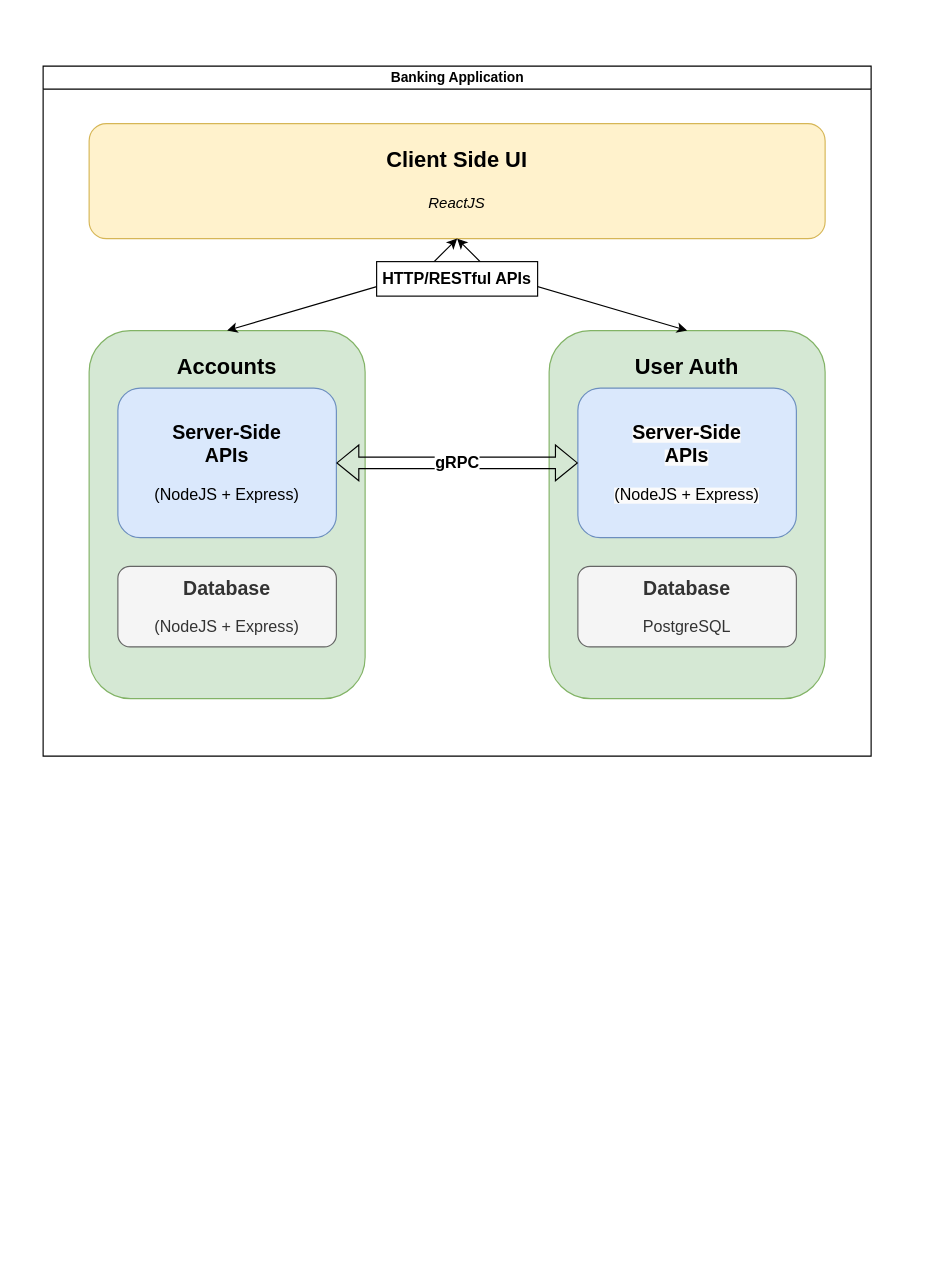
Earlier version of the draw.io diagram BankingApp_Architecture.drawio (doo1y/banking-app). Source tidied: cells renumbered, new cells numbered last; positions are measured from the earlier drawing's top-left corner, leaving out a move shared by most shapes. Both pictures are drawn from the tidied source at 115%, with x=0, y=0 at pixel (43, 66).
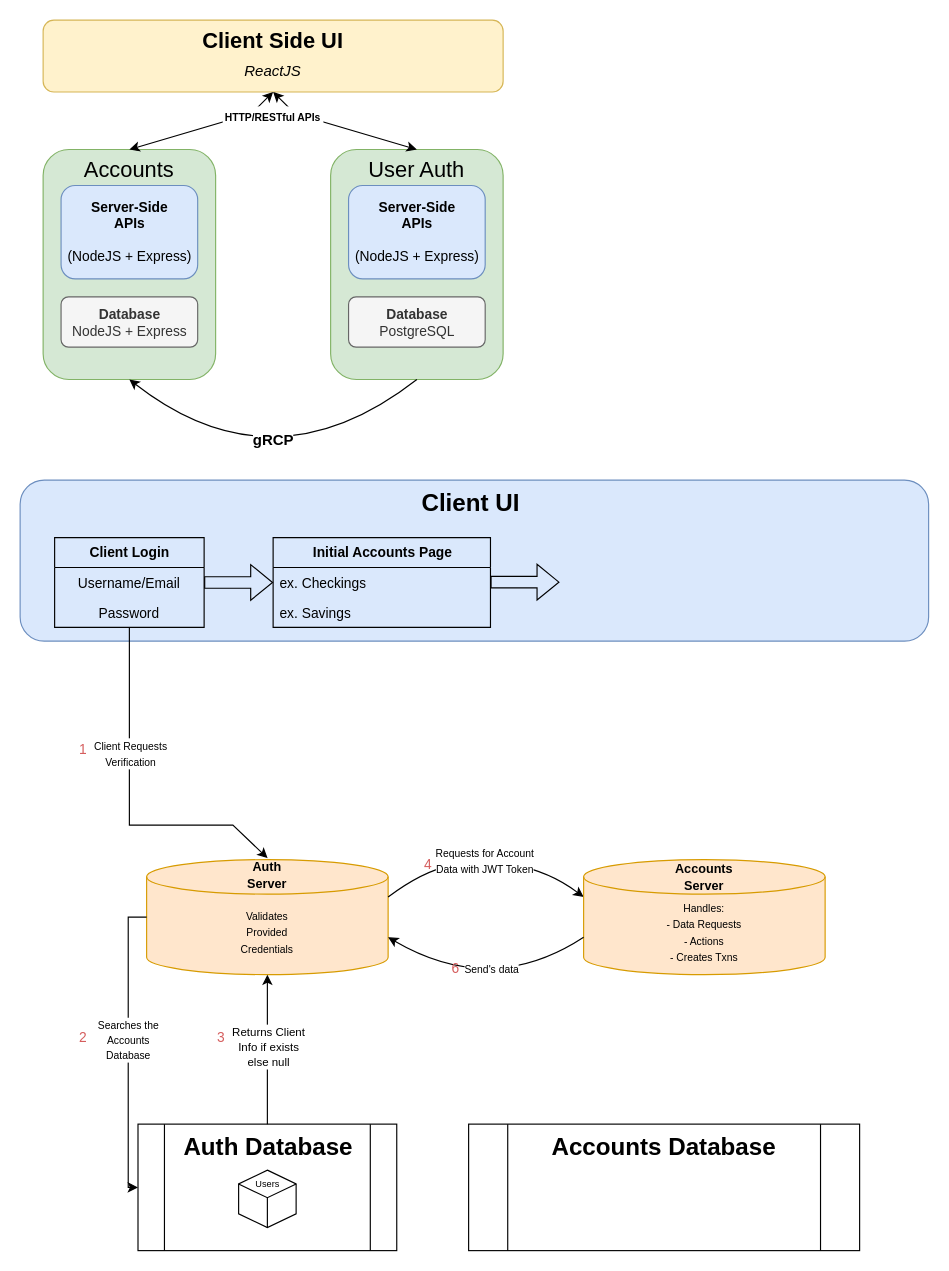
The same diagram, later.

Diff of the diagram source:
```diff
@@
-    <mxCell id="2" value="Banking Application" style="swimlane;html=1;startSize=20;horizontal=1;containerType=tree;glass=0;strokeWidth=1;verticalAlign=middle;" parent="1" vertex="1">
-      <mxGeometry width="720" height="600" as="geometry" />
-    </mxCell>
+    <mxCell id="14" style="group;strokeWidth=0;fontColor=default;labelBackgroundColor=none;" parent="1" vertex="1">
+      <mxGeometry y="-40" width="400" height="312.5" as="geometry" />
+    </mxCell>
-    <mxCell id="3" value="&lt;p style=&quot;line-height: 100%;&quot;&gt;&lt;b style=&quot;&quot;&gt;&lt;font style=&quot;font-size: 19px;&quot;&gt;Client Side UI&lt;/font&gt;&lt;br&gt;&lt;/b&gt;&lt;font style=&quot;font-size: 13px;&quot;&gt;&lt;i&gt;&lt;br&gt;&lt;/i&gt;&lt;/font&gt;&lt;/p&gt;&lt;p style=&quot;line-height: 100%;&quot;&gt;&lt;font style=&quot;font-size: 13px;&quot;&gt;&lt;i&gt;ReactJS&lt;/i&gt;&lt;/font&gt;&lt;/p&gt;" style="rounded=1;whiteSpace=wrap;html=1;fillColor=#fff2cc;strokeColor=#d6b656;" parent="2" vertex="1">
-      <mxGeometry x="40" y="50" width="640" height="100" as="geometry" />
+    <mxCell id="3" value="&lt;p style=&quot;line-height: 100%;&quot;&gt;&lt;b style=&quot;&quot;&gt;&lt;font style=&quot;font-size: 19px;&quot;&gt;Client Side UI&lt;/font&gt;&lt;/b&gt;&lt;font style=&quot;font-size: 13px;&quot;&gt;&lt;i&gt;&lt;br&gt;&lt;/i&gt;&lt;/font&gt;&lt;/p&gt;&lt;p style=&quot;line-height: 100%;&quot;&gt;&lt;font style=&quot;font-size: 13px;&quot;&gt;&lt;i&gt;ReactJS&lt;/i&gt;&lt;/font&gt;&lt;/p&gt;" style="rounded=1;whiteSpace=wrap;html=1;fillColor=#fff2cc;strokeColor=#d6b656;" parent="14" vertex="1">
+      <mxGeometry width="400" height="62.5" as="geometry" />
     </mxCell>
-    <mxCell id="4" value="&lt;font style=&quot;&quot;&gt;&lt;b style=&quot;&quot;&gt;&lt;br&gt;&lt;font style=&quot;font-size: 19px;&quot;&gt;Accounts&lt;/font&gt;&lt;/b&gt;&lt;/font&gt;" style="rounded=1;whiteSpace=wrap;html=1;fillColor=#d5e8d4;strokeColor=#82b366;verticalAlign=top;labelPosition=center;verticalLabelPosition=middle;align=center;" parent="2" vertex="1">
-      <mxGeometry x="40" y="230" width="240" height="320" as="geometry" />
+    <mxCell id="4" value="&lt;font style=&quot;&quot;&gt;&lt;font style=&quot;font-size: 19px;&quot;&gt;Accounts&lt;/font&gt;&lt;/font&gt;" style="rounded=1;whiteSpace=wrap;html=1;fillColor=#d5e8d4;strokeColor=#82b366;verticalAlign=top;labelPosition=center;verticalLabelPosition=middle;align=center;" parent="14" vertex="1">
+      <mxGeometry y="112.5" width="150" height="200" as="geometry" />
     </mxCell>
-    <mxCell id="5" value="&lt;font style=&quot;&quot;&gt;&lt;b style=&quot;&quot;&gt;&lt;br&gt;&lt;font style=&quot;font-size: 19px;&quot;&gt;User Auth&lt;/font&gt;&lt;/b&gt;&lt;/font&gt;" style="rounded=1;whiteSpace=wrap;html=1;fillColor=#d5e8d4;strokeColor=#82b366;verticalAlign=top;" parent="2" vertex="1">
-      <mxGeometry x="440" y="230" width="240" height="320" as="geometry" />
+    <mxCell id="5" value="&lt;font style=&quot;&quot;&gt;&lt;font style=&quot;font-size: 19px;&quot;&gt;User Auth&lt;/font&gt;&lt;/font&gt;" style="rounded=1;whiteSpace=wrap;html=1;fillColor=#d5e8d4;strokeColor=#82b366;verticalAlign=top;" parent="14" vertex="1">
+      <mxGeometry x="250" y="112.5" width="150" height="200" as="geometry" />
     </mxCell>
-    <mxCell id="6" value="&lt;font style=&quot;&quot;&gt;&lt;b&gt;&lt;span style=&quot;font-size: 17px;&quot;&gt;Server-Side &lt;/span&gt;&lt;br&gt;&lt;/b&gt;&lt;span style=&quot;font-size: 17px;&quot;&gt;&lt;b&gt;APIs&lt;/b&gt;&lt;br&gt;&lt;/span&gt;&lt;br&gt;&lt;font style=&quot;font-size: 14px;&quot;&gt;(NodeJS + Express)&lt;/font&gt;&lt;br&gt;&lt;/font&gt;" style="rounded=1;whiteSpace=wrap;html=1;fillColor=#dae8fc;strokeColor=#6c8ebf;" parent="2" vertex="1">
-      <mxGeometry x="65" y="280" width="190" height="130" as="geometry" />
+    <mxCell id="6" value="&lt;font style=&quot;font-size: 12px;&quot;&gt;&lt;b&gt;&lt;span style=&quot;&quot;&gt;Server-Side &lt;/span&gt;&lt;br&gt;&lt;/b&gt;&lt;span style=&quot;&quot;&gt;&lt;b&gt;APIs&lt;/b&gt;&lt;br&gt;&lt;/span&gt;&lt;br&gt;&lt;font style=&quot;font-size: 12px;&quot;&gt;(NodeJS + Express)&lt;/font&gt;&lt;br&gt;&lt;/font&gt;" style="rounded=1;whiteSpace=wrap;html=1;fillColor=#dae8fc;strokeColor=#6c8ebf;" parent="14" vertex="1">
+      <mxGeometry x="15.6" y="143.8" width="118.8" height="81.2" as="geometry" />
     </mxCell>
-    <mxCell id="7" value="&lt;span style=&quot;color: rgb(0, 0, 0); font-family: Helvetica; font-style: normal; font-variant-ligatures: normal; font-variant-caps: normal; letter-spacing: normal; orphans: 2; text-align: center; text-indent: 0px; text-transform: none; widows: 2; word-spacing: 0px; -webkit-text-stroke-width: 0px; background-color: rgb(251, 251, 251); text-decoration-thickness: initial; text-decoration-style: initial; text-decoration-color: initial; float: none; display: inline !important;&quot;&gt;&lt;font style=&quot;&quot;&gt;&lt;b&gt;&lt;span style=&quot;font-size: 17px;&quot;&gt;Server-Side &lt;/span&gt;&lt;br&gt;&lt;/b&gt;&lt;span style=&quot;font-size: 17px;&quot;&gt;&lt;b&gt;APIs&lt;/b&gt;&lt;br&gt;&lt;/span&gt;&lt;br&gt;&lt;font style=&quot;font-weight: 400; font-size: 14px;&quot;&gt;(NodeJS + Express)&lt;/font&gt;&lt;br&gt;&lt;/font&gt;&lt;/span&gt;" style="rounded=1;whiteSpace=wrap;html=1;fillColor=#dae8fc;strokeColor=#6c8ebf;" parent="2" vertex="1">
-      <mxGeometry x="465" y="280" width="190" height="130" as="geometry" />
+    <mxCell id="7" value="&lt;span style=&quot;color: rgb(0, 0, 0); font-family: Helvetica; font-style: normal; font-variant-ligatures: normal; font-variant-caps: normal; letter-spacing: normal; orphans: 2; text-align: center; text-indent: 0px; text-transform: none; widows: 2; word-spacing: 0px; -webkit-text-stroke-width: 0px; text-decoration-thickness: initial; text-decoration-style: initial; text-decoration-color: initial; float: none; display: inline !important;&quot;&gt;&lt;font style=&quot;font-size: 12px;&quot;&gt;&lt;b&gt;&lt;span style=&quot;&quot;&gt;Server-Side &lt;/span&gt;&lt;br&gt;&lt;/b&gt;&lt;span style=&quot;&quot;&gt;&lt;b&gt;APIs&lt;br&gt;&lt;/b&gt;&lt;/span&gt;&lt;br&gt;&lt;font style=&quot;font-weight: 400; font-size: 12px;&quot;&gt;(NodeJS + Express)&lt;/font&gt;&lt;br&gt;&lt;/font&gt;&lt;/span&gt;" style="rounded=1;whiteSpace=wrap;html=1;fillColor=#dae8fc;strokeColor=#6c8ebf;labelBackgroundColor=none;" parent="14" vertex="1">
+      <mxGeometry x="265.6" y="143.8" width="118.8" height="81.2" as="geometry" />
     </mxCell>
-    <mxCell id="8" value="&lt;font style=&quot;&quot;&gt;&lt;span style=&quot;font-size: 17px;&quot;&gt;&lt;b&gt;Database&lt;/b&gt;&lt;br&gt;&lt;/span&gt;&lt;br&gt;&lt;font style=&quot;font-size: 14px;&quot;&gt;(NodeJS + Express)&lt;/font&gt;&lt;br&gt;&lt;/font&gt;" style="rounded=1;whiteSpace=wrap;html=1;fillColor=#f5f5f5;fontColor=#333333;strokeColor=#666666;" parent="2" vertex="1">
-      <mxGeometry x="65" y="435" width="190" height="70" as="geometry" />
+    <mxCell id="8" value="&lt;font style=&quot;font-size: 12px;&quot;&gt;&lt;span style=&quot;&quot;&gt;&lt;b&gt;Database&lt;/b&gt;&lt;/span&gt;&lt;br&gt;&lt;font style=&quot;font-size: 12px;&quot;&gt;NodeJS + Express&lt;/font&gt;&lt;br&gt;&lt;/font&gt;" style="rounded=1;whiteSpace=wrap;html=1;fillColor=#f5f5f5;fontColor=#333333;strokeColor=#666666;" parent="14" vertex="1">
+      <mxGeometry x="15.6" y="240.6" width="118.8" height="43.8" as="geometry" />
     </mxCell>
-    <mxCell id="9" value="&lt;font style=&quot;&quot;&gt;&lt;span style=&quot;font-size: 17px;&quot;&gt;&lt;b&gt;Database&lt;/b&gt;&lt;br&gt;&lt;/span&gt;&lt;br&gt;&lt;font style=&quot;font-size: 14px;&quot;&gt;PostgreSQL&lt;/font&gt;&lt;br&gt;&lt;/font&gt;" style="rounded=1;whiteSpace=wrap;html=1;fillColor=#f5f5f5;fontColor=#333333;strokeColor=#666666;" parent="2" vertex="1">
-      <mxGeometry x="465" y="435" width="190" height="70" as="geometry" />
+    <mxCell id="9" value="&lt;font style=&quot;font-size: 12px;&quot;&gt;&lt;span style=&quot;&quot;&gt;&lt;b&gt;Database&lt;/b&gt;&lt;/span&gt;&lt;br&gt;&lt;font style=&quot;font-size: 12px;&quot;&gt;PostgreSQL&lt;/font&gt;&lt;br&gt;&lt;/font&gt;" style="rounded=1;whiteSpace=wrap;html=1;fillColor=#f5f5f5;fontColor=#333333;strokeColor=#666666;" parent="14" vertex="1">
+      <mxGeometry x="265.6" y="240.6" width="118.8" height="43.8" as="geometry" />
     </mxCell>
-    <mxCell id="10" value="&lt;b&gt;&lt;font style=&quot;font-size: 14px;&quot;&gt;gRPC&lt;/font&gt;&lt;/b&gt;" style="shape=flexArrow;endArrow=classic;startArrow=classic;html=1;rounded=0;entryX=0;entryY=0.5;entryDx=0;entryDy=0;" parent="2" edge="1" source="6" target="7">
-      <mxGeometry relative="1" as="geometry" />
-    </mxCell>
-    <mxCell id="11" style="endArrow=classic;startArrow=classic;html=1;rounded=0;" parent="2" edge="1">
+    <mxCell id="11" style="endArrow=classic;startArrow=classic;html=1;rounded=0;" parent="14" edge="1">
       <mxGeometry relative="1" as="geometry">
-        <mxPoint x="160" y="230" as="sourcePoint" />
-        <mxPoint x="360" y="150" as="targetPoint" />
+        <mxPoint x="75" y="112.5" as="sourcePoint" />
+        <mxPoint x="200" y="62.5" as="targetPoint" />
         <Array as="points">
-          <mxPoint x="330" y="180" />
+          <mxPoint x="181.2" y="81.2" />
         </Array>
       </mxGeometry>
     </mxCell>
-    <mxCell id="12" style="endArrow=classic;startArrow=classic;html=1;rounded=0;exitX=0.5;exitY=1;exitDx=0;exitDy=0;entryX=0.5;entryY=0;entryDx=0;entryDy=0;" parent="2" edge="1" source="3" target="5">
+    <mxCell id="12" style="endArrow=classic;startArrow=classic;html=1;rounded=0;exitX=0.5;exitY=1;exitDx=0;exitDy=0;entryX=0.5;entryY=0;entryDx=0;entryDy=0;" parent="14" edge="1" source="3" target="5">
       <mxGeometry relative="1" as="geometry">
         <Array as="points">
-          <mxPoint x="390" y="180" />
+          <mxPoint x="218.8" y="81.2" />
         </Array>
       </mxGeometry>
     </mxCell>
+    <mxCell id="15" style="curved=1;endArrow=classic;html=1;rounded=0;entryX=0.5;entryY=1;entryDx=0;entryDy=0;exitX=0.5;exitY=1;exitDx=0;exitDy=0;" parent="14" edge="1" source="5" target="4">
+      <mxGeometry relative="1" as="geometry">
+        <Array as="points">
+          <mxPoint x="200" y="410" />
+        </Array>
+      </mxGeometry>
+    </mxCell>
+    <mxCell id="16" value="&lt;font size=&quot;1&quot; style=&quot;&quot;&gt;&lt;b style=&quot;font-size: 13px;&quot;&gt;gRCP&lt;/b&gt;&lt;/font&gt;" style="edgeLabel;html=1;align=center;verticalAlign=middle;" parent="15" vertex="1">
+      <mxGeometry x="0.18" y="-35" relative="1" as="geometry" />
+    </mxCell>
-    <mxCell id="13" value="&lt;b&gt;&lt;font style=&quot;font-size: 14px;&quot;&gt;HTTP/RESTful APIs&lt;/font&gt;&lt;/b&gt;" style="rounded=0;whiteSpace=wrap;html=1;" parent="2" vertex="1">
-      <mxGeometry x="290" y="170" width="140" height="30" as="geometry" />
+    <mxCell id="13" value="&lt;b&gt;&lt;font style=&quot;font-size: 9px;&quot;&gt;HTTP/RESTful APIs&lt;/font&gt;&lt;/b&gt;" style="rounded=0;whiteSpace=wrap;html=1;strokeWidth=0;fillColor=default;gradientColor=none;dashed=1;dashPattern=1 4;perimeterSpacing=13;strokeColor=none;" parent="14" vertex="1">
+      <mxGeometry x="156.2" y="75" width="87.5" height="18.8" as="geometry" />
     </mxCell>
+    <mxCell id="17" value="&lt;b&gt;&lt;font style=&quot;font-size: 21px;&quot;&gt;Client UI&amp;nbsp;&lt;/font&gt;&lt;/b&gt;" style="rounded=1;whiteSpace=wrap;html=1;fillColor=#dae8fc;strokeColor=#6c8ebf;verticalAlign=top;" parent="1" vertex="1">
+      <mxGeometry x="-20" y="360" width="790" height="140" as="geometry" />
+    </mxCell>
+    <mxCell id="18" style="group;labelBackgroundColor=none;" parent="1" vertex="1">
+      <mxGeometry x="90" y="690" width="240" height="110" as="geometry" />
+    </mxCell>
+    <mxCell id="19" value="&lt;font style=&quot;font-size: 9px;&quot;&gt;Validates&lt;br&gt;Provided&lt;br&gt;Credentials&lt;/font&gt;" style="shape=cylinder3;whiteSpace=wrap;html=1;boundedLbl=1;backgroundOutline=1;size=15;fillColor=#ffe6cc;strokeColor=#d79b00;" parent="18" vertex="1">
+      <mxGeometry width="210" height="100" as="geometry" />
+    </mxCell>
+    <mxCell id="20" value="&lt;font style=&quot;font-size: 11px;&quot;&gt;&lt;b&gt;Auth&lt;br&gt;Server&lt;/b&gt;&lt;/font&gt;" style="text;html=1;strokeColor=none;fillColor=none;align=center;verticalAlign=middle;whiteSpace=wrap;rounded=0;" parent="18" vertex="1">
+      <mxGeometry x="63" y="10" width="84" height="6.2" as="geometry" />
+    </mxCell>
+    <mxCell id="21" style="endArrow=classic;html=1;rounded=0;entryX=0.501;entryY=-0.013;entryDx=0;entryDy=0;entryPerimeter=0;" parent="1" edge="1" source="29" target="19">
+      <mxGeometry relative="1" as="geometry">
+        <Array as="points">
+          <mxPoint x="75" y="660" />
+          <mxPoint x="165" y="660" />
+        </Array>
+      </mxGeometry>
+    </mxCell>
+    <mxCell id="22" value="&lt;font style=&quot;font-size: 9px;&quot;&gt;Client Requests&lt;br&gt;Verification&lt;/font&gt;" style="edgeLabel;html=1;align=center;verticalAlign=middle;" parent="21" vertex="1">
+      <mxGeometry x="-0.11" relative="1" as="geometry">
+        <mxPoint y="-26" as="offset" />
+      </mxGeometry>
+    </mxCell>
+    <mxCell id="23" value="&lt;font style=&quot;font-size: 9px;&quot;&gt;Requests for Account&lt;br&gt;Data with JWT Token&lt;/font&gt;" style="endArrow=classic;html=1;exitX=1;exitY=0;exitDx=0;exitDy=32.5;exitPerimeter=0;entryX=0;entryY=0;entryDx=0;entryDy=32.5;entryPerimeter=0;curved=1;" parent="1" edge="1" source="19" target="40">
+      <mxGeometry relative="1" as="geometry">
+        <Array as="points">
+          <mxPoint x="330" y="700" />
+          <mxPoint x="380" y="690" />
+          <mxPoint x="440" y="700" />
+        </Array>
+      </mxGeometry>
+    </mxCell>
+    <mxCell id="24" value="&lt;font style=&quot;font-size: 9px;&quot;&gt;&lt;br&gt;&lt;/font&gt;" style="edgeLabel;html=1;align=left;verticalAlign=middle;spacing=0;" parent="23" vertex="1">
+      <mxGeometry x="0.29" y="-2" relative="1" as="geometry">
+        <mxPoint x="-71" y="-22" as="offset" />
+      </mxGeometry>
+    </mxCell>
+    <mxCell id="25" value="&lt;div style=&quot;&quot;&gt;&lt;br&gt;&lt;/div&gt;" style="edgeLabel;html=1;align=left;verticalAlign=middle;spacing=0;" parent="23" vertex="1">
+      <mxGeometry x="0.29" y="-1" relative="1" as="geometry">
+        <mxPoint x="-71" y="19" as="offset" />
+      </mxGeometry>
+    </mxCell>
+    <mxCell id="26" value="&lt;b&gt;Initial Accounts Page&lt;/b&gt;" style="swimlane;fontStyle=0;horizontal=1;startSize=26;fillColor=none;html=1;" parent="1" vertex="1">
+      <mxGeometry x="200" y="410" width="189" height="78" as="geometry" />
+    </mxCell>
+    <mxCell id="27" value="ex. Checkings" style="text;strokeColor=none;fillColor=none;align=left;verticalAlign=top;spacingLeft=4;spacingRight=4;overflow=hidden;whiteSpace=wrap;html=1;" parent="26" vertex="1">
+      <mxGeometry y="26" width="189" height="26" as="geometry" />
+    </mxCell>
+    <mxCell id="28" value="ex. Savings" style="text;strokeColor=none;fillColor=none;align=left;verticalAlign=top;spacingLeft=4;spacingRight=4;overflow=hidden;whiteSpace=wrap;html=1;" parent="26" vertex="1">
+      <mxGeometry y="52" width="189" height="26" as="geometry" />
+    </mxCell>
+    <mxCell id="29" value="&lt;b&gt;Client Login&lt;/b&gt;" style="swimlane;fontStyle=0;horizontal=1;startSize=26;fillColor=none;html=1;" parent="1" vertex="1">
+      <mxGeometry x="10" y="410" width="130" height="78" as="geometry" />
+    </mxCell>
+    <mxCell id="30" value="Username/Email" style="text;strokeColor=none;fillColor=none;align=center;verticalAlign=top;spacingLeft=4;spacingRight=4;overflow=hidden;points=[[0,0.5],[1,0.5]];portConstraint=eastwest;whiteSpace=wrap;html=1;" parent="29" vertex="1">
+      <mxGeometry y="26" width="130" height="26" as="geometry" />
+    </mxCell>
+    <mxCell id="31" value="Password" style="text;strokeColor=none;fillColor=none;align=center;verticalAlign=top;spacingLeft=4;spacingRight=4;overflow=hidden;whiteSpace=wrap;html=1;" parent="29" vertex="1">
+      <mxGeometry y="52" width="130" height="26" as="geometry" />
+    </mxCell>
+    <mxCell id="32" value="&lt;font size=&quot;1&quot; style=&quot;&quot;&gt;&lt;b style=&quot;font-size: 21px;&quot;&gt;Auth Database&lt;/b&gt;&lt;/font&gt;" style="shape=process;whiteSpace=wrap;html=1;backgroundOutline=1;verticalAlign=top;" parent="1" vertex="1">
+      <mxGeometry x="82.5" y="920" width="225" height="110" as="geometry" />
+    </mxCell>
+    <mxCell id="33" style="endArrow=classic;html=1;rounded=0;entryX=0;entryY=0.5;entryDx=0;entryDy=0;" parent="1" edge="1" target="32">
+      <mxGeometry relative="1" as="geometry">
+        <mxPoint x="90" y="740" as="sourcePoint" />
+        <Array as="points">
+          <mxPoint x="74" y="740" />
+          <mxPoint x="74" y="850" />
+          <mxPoint x="74" y="975" />
+        </Array>
+      </mxGeometry>
+    </mxCell>
+    <mxCell id="34" value="&lt;font style=&quot;font-size: 9px;&quot;&gt;Searches the &lt;br&gt;Accounts &lt;br&gt;Database&lt;/font&gt;" style="edgeLabel;html=1;align=center;verticalAlign=middle;" parent="33" vertex="1">
+      <mxGeometry x="-0.06" y="-1" relative="1" as="geometry" />
+    </mxCell>
+    <mxCell id="35" style="endArrow=classic;html=1;rounded=0;exitX=0.5;exitY=0;exitDx=0;exitDy=0;entryX=0.5;entryY=1;entryDx=0;entryDy=0;entryPerimeter=0;" parent="1" edge="1" source="32" target="19">
+      <mxGeometry relative="1" as="geometry" />
+    </mxCell>
+    <mxCell id="36" value="&lt;font size=&quot;1&quot;&gt;Returns Client&lt;br&gt;Info if exists&lt;br&gt;else null&lt;br&gt;&lt;/font&gt;" style="edgeLabel;html=1;align=center;verticalAlign=middle;" parent="35" vertex="1">
+      <mxGeometry x="0.05" relative="1" as="geometry" />
+    </mxCell>
+    <mxCell id="37" style="shape=flexArrow;endArrow=classic;html=1;rounded=0;exitX=1;exitY=0.5;exitDx=0;exitDy=0;" parent="1" edge="1" source="30" target="26">
+      <mxGeometry relative="1" as="geometry" />
+    </mxCell>
+    <mxCell id="38" style="shape=flexArrow;endArrow=classic;html=1;rounded=0;exitX=1;exitY=0.5;exitDx=0;exitDy=0;" parent="1" edge="1">
+      <mxGeometry relative="1" as="geometry">
+        <mxPoint x="389" y="448.7" as="sourcePoint" />
+        <mxPoint x="449" y="448.7" as="targetPoint" />
+      </mxGeometry>
+    </mxCell>
+    <mxCell id="39" style="group;verticalAlign=middle;" parent="1" vertex="1">
+      <mxGeometry x="470" y="690" width="210" height="100" as="geometry" />
+    </mxCell>
+    <mxCell id="40" value="&lt;font style=&quot;font-size: 9px;&quot;&gt;Handles:&lt;br&gt;- Data Requests&lt;br&gt;- Actions&lt;br&gt;- Creates Txns&lt;/font&gt;" style="shape=cylinder3;whiteSpace=wrap;html=1;boundedLbl=1;backgroundOutline=1;size=15;fillColor=#ffe6cc;strokeColor=#d79b00;" parent="39" vertex="1">
+      <mxGeometry width="210" height="100" as="geometry" />
+    </mxCell>
+    <mxCell id="41" value="&lt;font style=&quot;font-size: 11px;&quot;&gt;&lt;b&gt;Accounts Server&lt;/b&gt;&lt;/font&gt;" style="text;html=1;strokeColor=none;fillColor=none;align=center;verticalAlign=middle;whiteSpace=wrap;rounded=0;" parent="39" vertex="1">
+      <mxGeometry x="75" width="60" height="30" as="geometry" />
+    </mxCell>
+    <mxCell id="42" value="1" style="text;html=1;strokeColor=none;fillColor=none;align=center;verticalAlign=middle;whiteSpace=wrap;rounded=0;fontColor=#d55d5d;" parent="1" vertex="1">
+      <mxGeometry x="20" y="580" width="30" height="30" as="geometry" />
+    </mxCell>
+    <mxCell id="43" value="2" style="text;html=1;strokeColor=none;fillColor=none;align=center;verticalAlign=middle;whiteSpace=wrap;rounded=0;fontColor=#d55d5d;" parent="1" vertex="1">
+      <mxGeometry x="20" y="830" width="30" height="30" as="geometry" />
+    </mxCell>
+    <mxCell id="44" value="3" style="text;html=1;strokeColor=none;fillColor=none;align=center;verticalAlign=middle;whiteSpace=wrap;rounded=0;fontColor=#d55d5d;" parent="1" vertex="1">
+      <mxGeometry x="140" y="830" width="30" height="30" as="geometry" />
+    </mxCell>
+    <mxCell id="45" style="endArrow=classic;html=1;entryX=1;entryY=0;entryDx=0;entryDy=67.5;entryPerimeter=0;exitX=0;exitY=0;exitDx=0;exitDy=67.5;exitPerimeter=0;curved=1;" parent="1" edge="1" source="40" target="19">
+      <mxGeometry relative="1" as="geometry">
+        <Array as="points">
+          <mxPoint x="390" y="810" />
+        </Array>
+      </mxGeometry>
+    </mxCell>
+    <mxCell id="46" value="&lt;font style=&quot;font-size: 9px;&quot;&gt;Send's data&lt;/font&gt;" style="edgeLabel;html=1;align=center;verticalAlign=middle;" parent="45" vertex="1">
+      <mxGeometry x="-0.18" y="-21" relative="1" as="geometry" />
+    </mxCell>
+    <mxCell id="47" value="&lt;span style=&quot;font-size: 21px;&quot;&gt;&lt;b&gt;Accounts Database&lt;br&gt;&lt;/b&gt;&lt;/span&gt;" style="shape=process;whiteSpace=wrap;html=1;backgroundOutline=1;verticalAlign=top;" parent="1" vertex="1">
+      <mxGeometry x="370" y="920" width="340" height="110" as="geometry" />
+    </mxCell>
+    <mxCell id="48" value="6" style="text;html=1;strokeColor=none;fillColor=none;align=center;verticalAlign=middle;whiteSpace=wrap;rounded=0;fontColor=#d55d5d;" parent="1" vertex="1">
+      <mxGeometry x="344" y="770" width="30" height="30" as="geometry" />
+    </mxCell>
+    <mxCell id="49" value="4" style="text;html=1;strokeColor=none;fillColor=none;align=center;verticalAlign=middle;whiteSpace=wrap;rounded=0;fontColor=#d55d5d;" parent="1" vertex="1">
+      <mxGeometry x="320" y="680" width="30" height="30" as="geometry" />
+    </mxCell>
+    <mxCell id="50" style="html=1;whiteSpace=wrap;shape=isoCube2;backgroundOutline=1;isoAngle=15;align=left;" parent="1" vertex="1">
+      <mxGeometry x="170" y="960" width="50" height="50" as="geometry" />
+    </mxCell>
+    <mxCell id="51" value="&lt;font style=&quot;font-size: 8px;&quot;&gt;Users&lt;/font&gt;" style="text;html=1;strokeColor=none;fillColor=none;align=center;verticalAlign=middle;whiteSpace=wrap;rounded=0;" parent="1" vertex="1">
+      <mxGeometry x="182.5" y="970" width="25" as="geometry" />
+    </mxCell>
```
